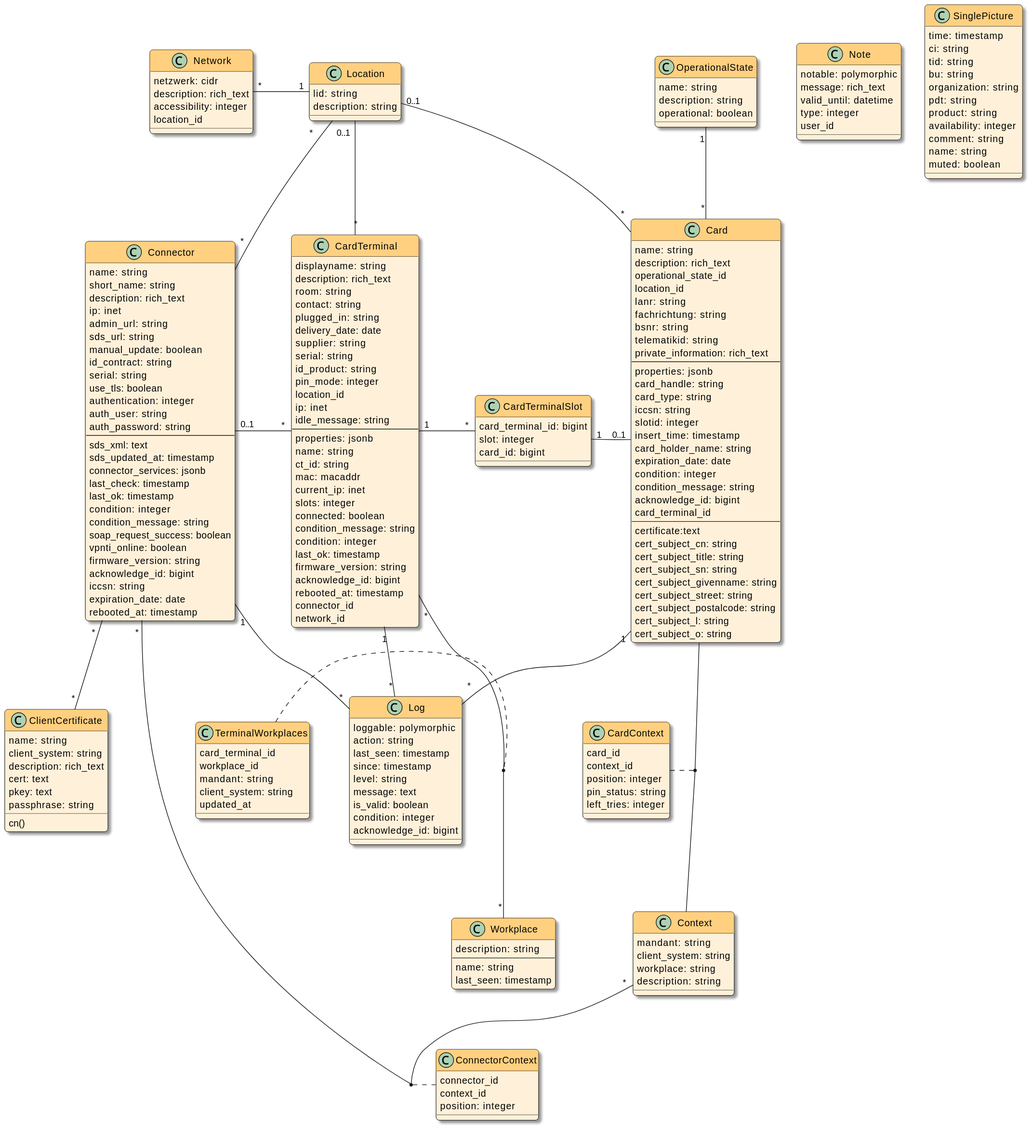
This is docs/devnotes/_images/models.svg from swobspace/cocard, a PlantUML export, as it was before one commit.
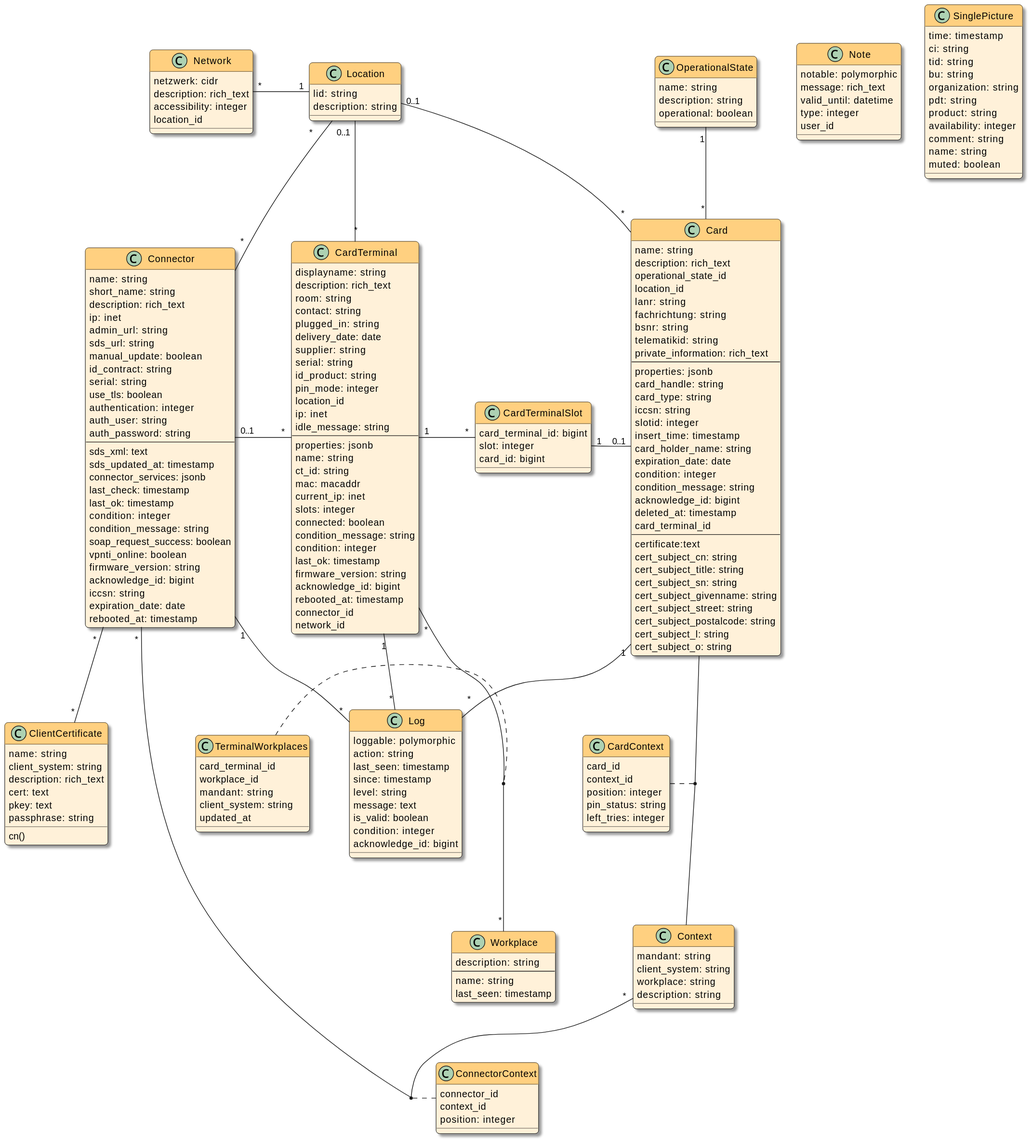
Above is the later version.

Change to the diagram source:
```diff
@@ -120,6 +120,7 @@
   condition: integer
   condition_message: string
   acknowledge_id: bigint
+  deleted_at: timestamp
   card_terminal_id
   --
   certificate:text
```
